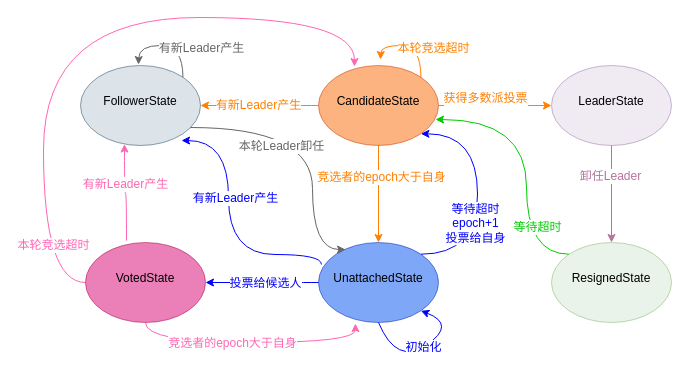
jameslcj/myBlog keeps this draw.io diagram as page "第 8 页" (8 of 9) of controller.drawio. Above is the earlier version. Source tidied: cells renumbered, new cells numbered last; positions are measured from the earlier drawing's top-left corner, leaving out a move shared by most shapes. Both pictures are drawn from the tidied source at 100%, with x=0, y=0 at pixel (43, 17).
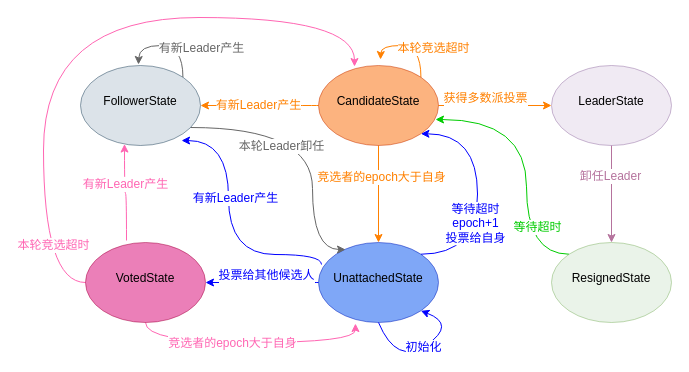
The same page after the edit.

The change refers to these unchanged cells:
```xml
<mxCell id="4" style="edgeStyle=orthogonalEdgeStyle;curved=1;rounded=0;jettySize=auto;html=1;strokeColor=#0000FF;fontSize=12;fontColor=#0000FF;startArrow=none;startFill=0;endArrow=classic;endFill=1;" parent="1" edge="1" source="8" target="15">
  <mxGeometry relative="1" as="geometry" />
</mxCell>
```

Change to the diagram source:
```diff
@@
-    <mxCell id="5" value="投票给候选人" style="edgeLabel;html=1;align=center;verticalAlign=middle;fontSize=12;fontColor=#0000FF;" parent="4" vertex="1">
+    <mxCell id="5" value="投票给其他候选人" style="edgeLabel;html=1;align=center;verticalAlign=middle;fontSize=12;fontColor=#0000FF;" parent="4" vertex="1">
       <mxGeometry x="0.35" y="1" relative="1" as="geometry">
-        <mxPoint x="22" y="-1" as="offset" />
+        <mxPoint x="23" y="-9" as="offset" />
       </mxGeometry>
     </mxCell>
```
